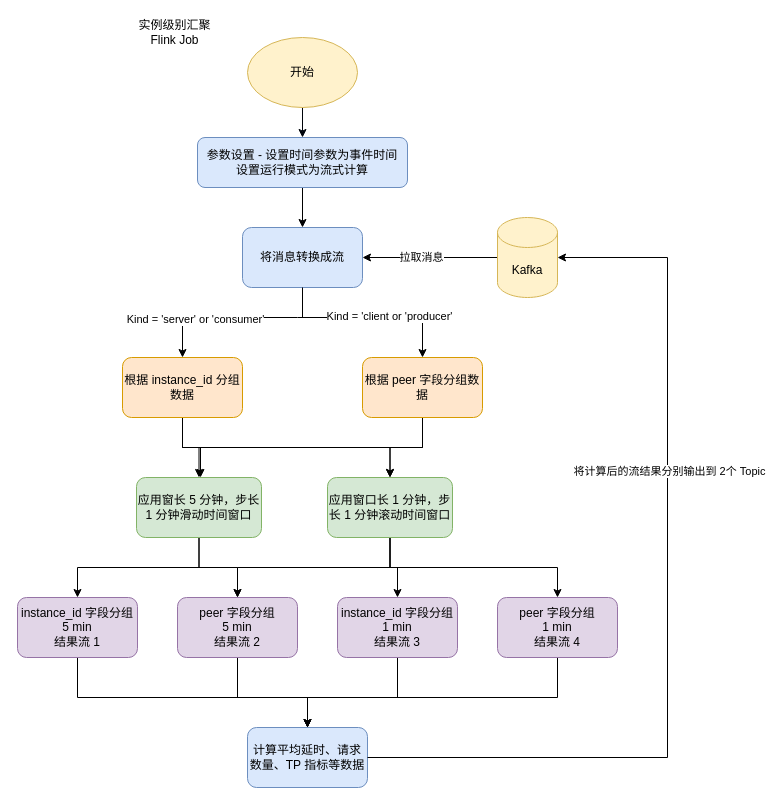
Above: draw.io/Flink 代码细节.drawio in KeatonLi/pictures (draw.io), before the change. Source tidied: cells renumbered, new cells numbered last; positions are measured from the earlier drawing's top-left corner, leaving out a move shared by most shapes. Both pictures are drawn from the tidied source at 100%, with x=0, y=0 at pixel (17, 17).
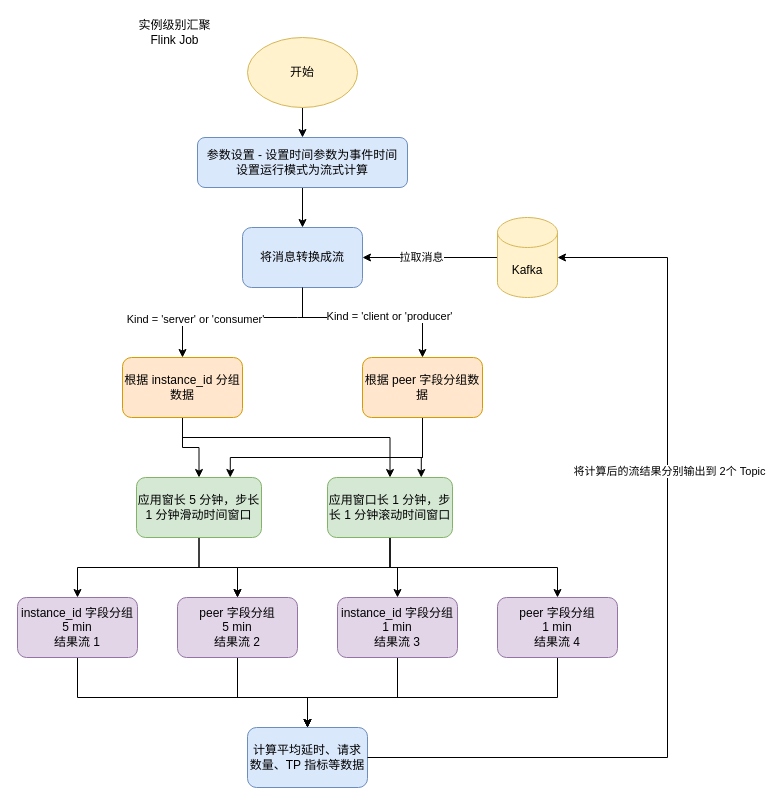
Above is the later version.

Commit message:
更新Flink 代码细节.drawio

The change refers to these unchanged cells:
```xml
<mxCell id="12" value="根据 instance_id 分组数据" style="rounded=1;whiteSpace=wrap;html=1;fillColor=#ffe6cc;strokeColor=#d79b00;" parent="1" vertex="1">
  <mxGeometry x="105" y="340" width="120" height="60" as="geometry" />
</mxCell>
<mxCell id="15" value="根据 peer 字段分组数据" style="rounded=1;whiteSpace=wrap;html=1;fillColor=#ffe6cc;strokeColor=#d79b00;" parent="1" vertex="1">
  <mxGeometry x="345" y="340" width="120" height="60" as="geometry" />
</mxCell>
<mxCell id="24" value="应用窗长 5 分钟，步长 1 分钟滑动时间窗口" style="rounded=1;whiteSpace=wrap;html=1;fillColor=#d5e8d4;strokeColor=#82b366;" parent="1" vertex="1">
  <mxGeometry x="119" y="460" width="125" height="60" as="geometry" />
</mxCell>
<mxCell id="28" value="应用窗口长 1 分钟，步长 1 分钟滚动时间窗口" style="rounded=1;whiteSpace=wrap;html=1;fillColor=#d5e8d4;strokeColor=#82b366;" parent="1" vertex="1">
  <mxGeometry x="310" y="460" width="125" height="60" as="geometry" />
</mxCell>
```

Diff of the diagram source:
```diff
@@
-    <mxCell id="10" style="edgeStyle=orthogonalEdgeStyle;rounded=0;jettySize=auto;html=1;entryX=0.5;entryY=0;entryDx=0;entryDy=0;" parent="1" edge="1" source="12" target="24">
+    <mxCell id="10" style="edgeStyle=orthogonalEdgeStyle;rounded=0;jettySize=auto;html=1;" parent="1" edge="1" source="12" target="24">
       <mxGeometry relative="1" as="geometry" />
     </mxCell>
     <mxCell id="11" style="edgeStyle=orthogonalEdgeStyle;rounded=0;jettySize=auto;html=1;entryX=0.5;entryY=0;entryDx=0;entryDy=0;" parent="1" edge="1" source="12" target="28">
       <mxGeometry relative="1" as="geometry">
         <Array as="points">
-          <mxPoint x="165" y="430" />
-          <mxPoint x="373" y="430" />
+          <mxPoint x="165" y="420" />
+          <mxPoint x="373" y="420" />
         </Array>
       </mxGeometry>
     </mxCell>
@@
+    <mxCell id="14" style="edgeStyle=orthogonalEdgeStyle;rounded=0;jettySize=auto;html=1;entryX=0.75;entryY=0;entryDx=0;entryDy=0;" parent="1" edge="1" source="15" target="28">
+      <mxGeometry relative="1" as="geometry">
+        <Array as="points">
+          <mxPoint x="405" y="440" />
+          <mxPoint x="404" y="440" />
+        </Array>
+      </mxGeometry>
+    </mxCell>
-    <mxCell id="13" style="edgeStyle=orthogonalEdgeStyle;rounded=0;jettySize=auto;html=1;" parent="1" edge="1" source="15" target="24">
+    <mxCell id="13" style="edgeStyle=orthogonalEdgeStyle;rounded=0;jettySize=auto;html=1;entryX=0.75;entryY=0;entryDx=0;entryDy=0;" parent="1" edge="1" source="15" target="24">
       <mxGeometry relative="1" as="geometry">
         <Array as="points">
-          <mxPoint x="405" y="430" />
-          <mxPoint x="183" y="430" />
+          <mxPoint x="405" y="440" />
+          <mxPoint x="213" y="440" />
         </Array>
       </mxGeometry>
     </mxCell>
-    <mxCell id="14" style="edgeStyle=orthogonalEdgeStyle;rounded=0;jettySize=auto;html=1;" parent="1" edge="1" source="15" target="28">
-      <mxGeometry relative="1" as="geometry" />
-    </mxCell>
```
